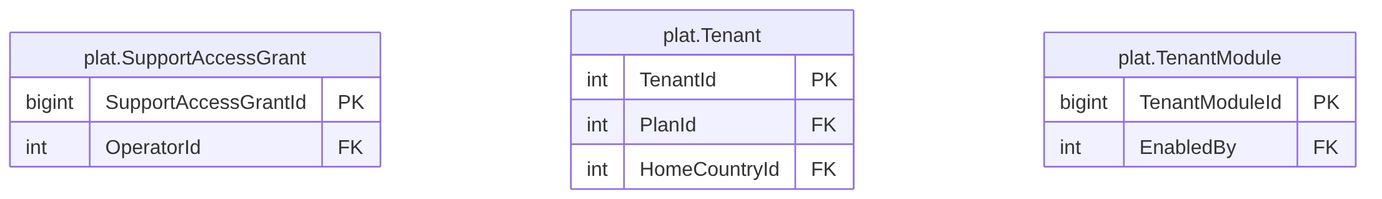
Above: treasury-platform/docs/diagrams/erd/m0_tenancy_2.png in thawrasy/smartlines (Mermaid), before the change. Its source is kept beside it as treasury-platform/docs/diagrams/erd/m0_tenancy_2.mmd. Its diagram source:
```mermaid
erDiagram
  plat_SupportAccessGrant["plat.SupportAccessGrant"] {
    bigint SupportAccessGrantId PK
    int OperatorId FK
  }
  plat_Tenant["plat.Tenant"] {
    int TenantId PK
    int PlanId FK
    int HomeCountryId FK
  }
  plat_TenantModule["plat.TenantModule"] {
    bigint TenantModuleId PK
    int EnabledBy FK
  }
```
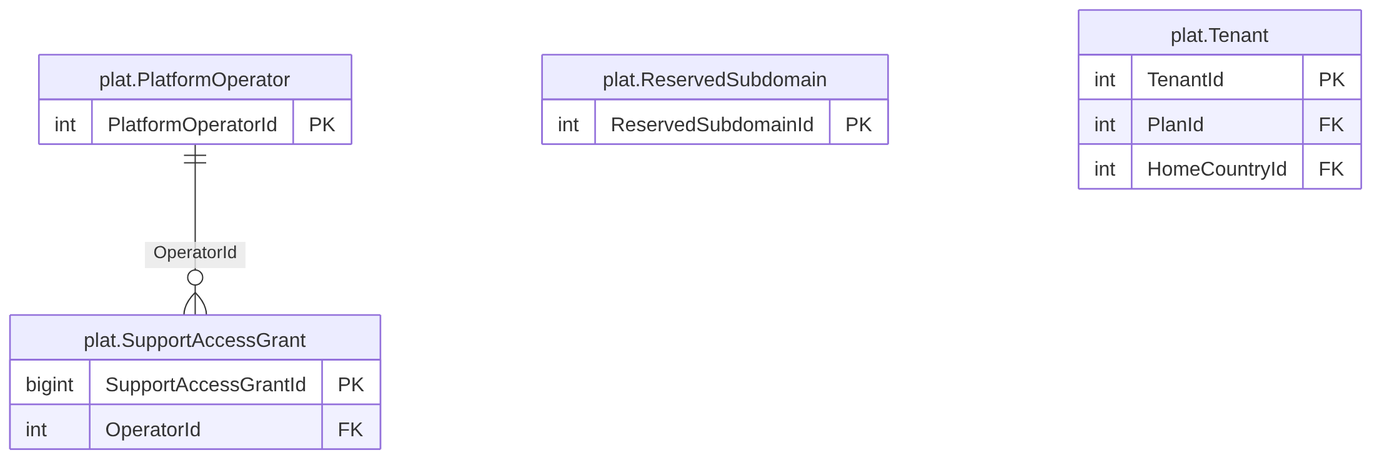
The same diagram one commit later.

Diff of the diagram source:
```diff
@@ -1,4 +1,10 @@
 erDiagram
+  plat_PlatformOperator["plat.PlatformOperator"] {
+    int PlatformOperatorId PK
+  }
+  plat_ReservedSubdomain["plat.ReservedSubdomain"] {
+    int ReservedSubdomainId PK
+  }
   plat_SupportAccessGrant["plat.SupportAccessGrant"] {
     bigint SupportAccessGrantId PK
     int OperatorId FK
@@ -8,7 +14,4 @@
     int PlanId FK
     int HomeCountryId FK
   }
-  plat_TenantModule["plat.TenantModule"] {
-    bigint TenantModuleId PK
-    int EnabledBy FK
-  }
+  plat_PlatformOperator ||--o{ plat_SupportAccessGrant : "OperatorId"
```
